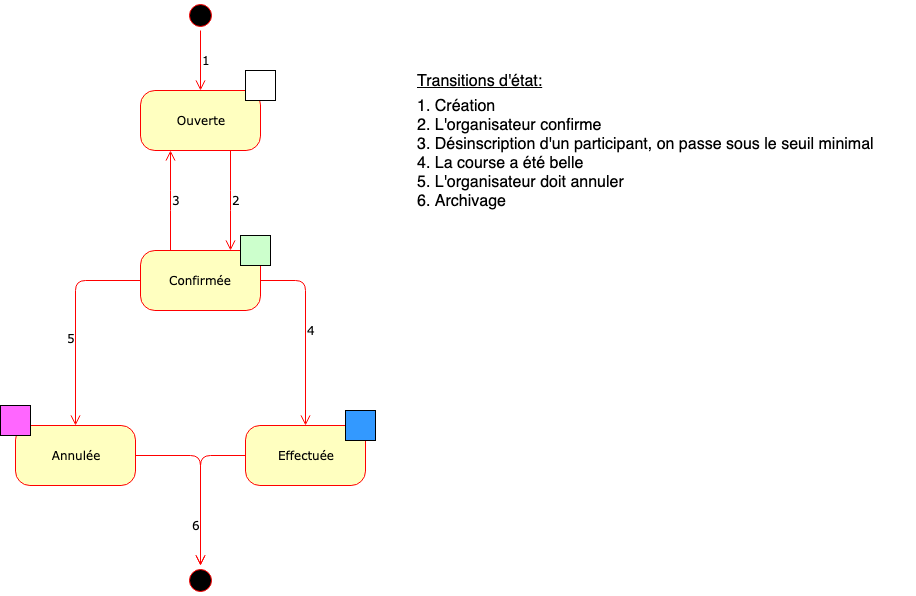
This is docs/technical/images/HikeStates.png from CPNV-ES/hixe, a draw.io export, as it was before one commit. Source tidied: cells renumbered, new cells last; positions are measured from the earlier drawing's top-left corner, leaving out a move shared by most shapes. Its diagram source:
```xml
<mxGraphModel background="#ffffff">
  <root>
    <mxCell id="0" />
    <mxCell id="1" parent="0" />
    <mxCell id="2" style="ellipse;html=1;shape=startState;fillColor=#000000;strokeColor=#ff0000;rounded=1;shadow=0;comic=0;labelBackgroundColor=none;fontFamily=Verdana;fontSize=12;fontColor=#000000;align=center;direction=south;" parent="1" vertex="1">
      <mxGeometry x="185" width="30" height="30" as="geometry" />
    </mxCell>
    <mxCell id="3" value="Ouverte" style="rounded=1;whiteSpace=wrap;html=1;arcSize=24;fillColor=#ffffc0;strokeColor=#ff0000;shadow=0;comic=0;labelBackgroundColor=none;fontFamily=Verdana;fontSize=12;fontColor=#000000;align=center;" parent="1" vertex="1">
      <mxGeometry x="140" y="90" width="120" height="60" as="geometry" />
    </mxCell>
    <mxCell id="4" value="1" style="edgeStyle=orthogonalEdgeStyle;html=1;labelBackgroundColor=none;endArrow=open;endSize=8;strokeColor=#ff0000;fontFamily=Verdana;fontSize=12;align=left;" parent="1" edge="1" source="2" target="3">
      <mxGeometry relative="1" as="geometry" />
    </mxCell>
    <mxCell id="5" value="2" style="edgeStyle=elbowEdgeStyle;html=1;labelBackgroundColor=none;endArrow=open;endSize=8;strokeColor=#ff0000;fontFamily=Verdana;fontSize=12;align=left;entryX=0.75;entryY=0;entryDx=0;entryDy=0;exitX=0.75;exitY=1;exitDx=0;exitDy=0;" parent="1" edge="1" source="3" target="16">
      <mxGeometry relative="1" as="geometry" />
    </mxCell>
    <mxCell id="6" value="4" style="edgeStyle=elbowEdgeStyle;html=1;labelBackgroundColor=none;endArrow=open;endSize=8;strokeColor=#ff0000;fontFamily=Verdana;fontSize=12;align=left;entryX=0.5;entryY=0;entryDx=0;entryDy=0;elbow=horizontal;" parent="1" edge="1" source="16" target="13">
      <mxGeometry relative="1" as="geometry">
        <Array as="points">
          <mxPoint x="305" y="350" />
        </Array>
      </mxGeometry>
    </mxCell>
    <mxCell id="7" value="6" style="edgeStyle=elbowEdgeStyle;html=1;labelBackgroundColor=none;endArrow=open;endSize=8;strokeColor=#ff0000;fontFamily=Verdana;fontSize=12;align=left;entryX=0;entryY=0.5;entryDx=0;entryDy=0;" parent="1" edge="1" source="13" target="18">
      <mxGeometry x="0.48" y="-10" relative="1" as="geometry">
        <Array as="points">
          <mxPoint x="200" y="520" />
          <mxPoint x="305" y="520" />
        </Array>
      </mxGeometry>
    </mxCell>
    <mxCell id="8" value="Transitions d'état:&lt;br style=&quot;font-size: 16px;&quot;&gt;" style="text;html=1;strokeColor=none;fillColor=none;align=left;verticalAlign=middle;whiteSpace=wrap;rounded=0;fontStyle=4;fontSize=16;" parent="1" vertex="1">
      <mxGeometry x="415" y="70" width="140" height="20" as="geometry" />
    </mxCell>
    <mxCell id="9" value="1. Création&lt;br&gt;2. L'organisateur confirme&lt;br&gt;3. Désinscription d'un participant, on passe sous le seuil minimal&lt;br&gt;4. La course a été belle&lt;br&gt;5. L'organisateur doit annuler&lt;br&gt;6. Archivage" style="text;html=1;strokeColor=none;fillColor=none;align=left;verticalAlign=top;whiteSpace=wrap;rounded=0;fontSize=16;" parent="1" vertex="1">
      <mxGeometry x="415" y="90" width="500" height="160" as="geometry" />
    </mxCell>
    <mxCell id="10" style="rounded=0;whiteSpace=wrap;html=1;" parent="1" vertex="1">
      <mxGeometry x="245" y="70" width="30" height="30" as="geometry" />
    </mxCell>
    <mxCell id="11" value="5" style="edgeStyle=elbowEdgeStyle;html=1;labelBackgroundColor=none;endArrow=open;endSize=8;strokeColor=#ff0000;fontFamily=Verdana;fontSize=12;align=left;exitX=0;exitY=0.5;exitDx=0;exitDy=0;entryX=0.5;entryY=0;entryDx=0;entryDy=0;" parent="1" edge="1" source="16" target="21">
      <mxGeometry x="0.17" y="-10" relative="1" as="geometry">
        <Array as="points">
          <mxPoint x="75" y="350" />
        </Array>
      </mxGeometry>
    </mxCell>
    <mxCell id="12" style="group;" parent="1" vertex="1">
      <mxGeometry x="245" y="410" width="130" height="75" as="geometry" />
    </mxCell>
    <mxCell id="13" value="Effectuée" style="rounded=1;whiteSpace=wrap;html=1;arcSize=24;fillColor=#ffffc0;strokeColor=#ff0000;shadow=0;comic=0;labelBackgroundColor=none;fontFamily=Verdana;fontSize=12;fontColor=#000000;align=center;" parent="12" vertex="1">
      <mxGeometry y="15" width="120" height="60" as="geometry" />
    </mxCell>
    <mxCell id="14" style="rounded=0;whiteSpace=wrap;html=1;fillColor=#3399FF;" parent="12" vertex="1">
      <mxGeometry x="100" width="30" height="30" as="geometry" />
    </mxCell>
    <mxCell id="15" style="group;" parent="1" vertex="1">
      <mxGeometry x="140" y="235" width="130" height="75" as="geometry" />
    </mxCell>
    <mxCell id="16" value="Confirmée" style="rounded=1;whiteSpace=wrap;html=1;arcSize=24;fillColor=#ffffc0;strokeColor=#ff0000;shadow=0;comic=0;labelBackgroundColor=none;fontFamily=Verdana;fontSize=12;fontColor=#000000;align=center;" parent="15" vertex="1">
      <mxGeometry y="15" width="120" height="60" as="geometry" />
    </mxCell>
    <mxCell id="17" style="rounded=0;whiteSpace=wrap;html=1;fillColor=#CCFFCC;" parent="15" vertex="1">
      <mxGeometry x="100" width="30" height="30" as="geometry" />
    </mxCell>
    <mxCell id="18" style="ellipse;html=1;shape=startState;fillColor=#000000;strokeColor=#ff0000;rounded=1;shadow=0;comic=0;labelBackgroundColor=none;fontFamily=Verdana;fontSize=12;fontColor=#000000;align=center;direction=south;" parent="1" vertex="1">
      <mxGeometry x="185" y="565" width="30" height="30" as="geometry" />
    </mxCell>
    <mxCell id="19" style="edgeStyle=elbowEdgeStyle;html=1;labelBackgroundColor=none;endArrow=open;endSize=8;strokeColor=#ff0000;fontFamily=Verdana;fontSize=12;align=left;exitX=1;exitY=0.5;exitDx=0;exitDy=0;entryX=0;entryY=0.5;entryDx=0;entryDy=0;" parent="1" edge="1" source="21" target="18">
      <mxGeometry x="-0.4" y="30" relative="1" as="geometry">
        <Array as="points">
          <mxPoint x="200" y="510" />
        </Array>
      </mxGeometry>
    </mxCell>
    <mxCell id="20" style="group;" parent="1" vertex="1">
      <mxGeometry y="405" width="135" height="80" as="geometry" />
    </mxCell>
    <mxCell id="21" value="Annulée" style="rounded=1;whiteSpace=wrap;html=1;arcSize=24;fillColor=#ffffc0;strokeColor=#ff0000;shadow=0;comic=0;labelBackgroundColor=none;fontFamily=Verdana;fontSize=12;fontColor=#000000;align=center;" parent="20" vertex="1">
      <mxGeometry x="15" y="20" width="120" height="60" as="geometry" />
    </mxCell>
    <mxCell id="22" style="rounded=0;whiteSpace=wrap;html=1;fillColor=#FF66FF;" parent="20" vertex="1">
      <mxGeometry width="30" height="30" as="geometry" />
    </mxCell>
    <mxCell id="23" value="3" style="edgeStyle=elbowEdgeStyle;html=1;labelBackgroundColor=none;endArrow=open;endSize=8;strokeColor=#ff0000;fontFamily=Verdana;fontSize=12;align=left;entryX=0.25;entryY=1;entryDx=0;entryDy=0;exitX=0.25;exitY=0;exitDx=0;exitDy=0;elbow=horizontal;" parent="1" edge="1" source="16" target="3">
      <mxGeometry relative="1" as="geometry" />
    </mxCell>
  </root>
</mxGraphModel>
```
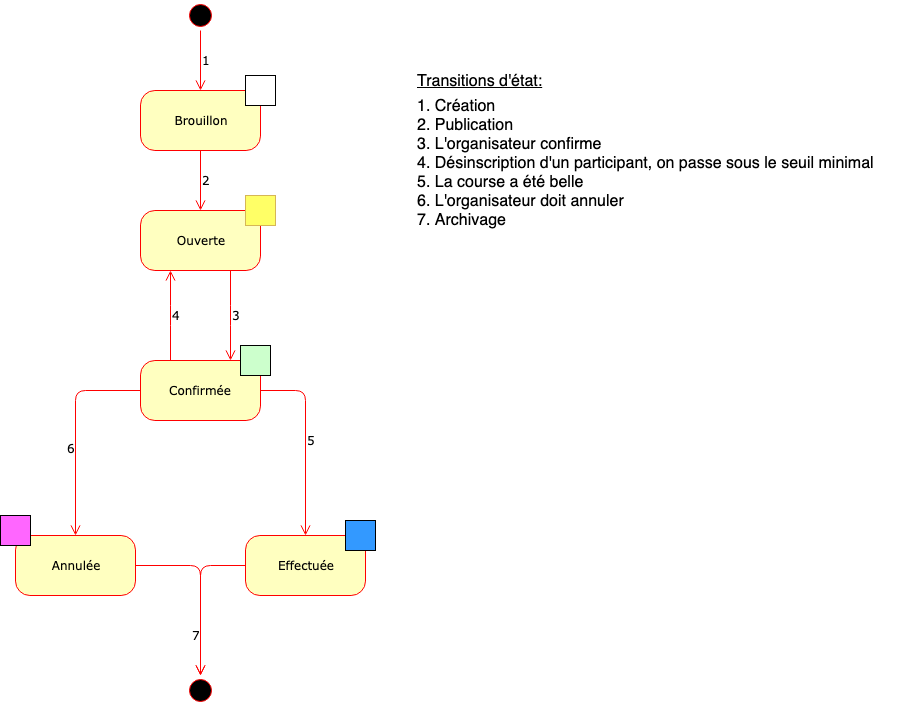
Later version of the same file.

Change to the diagram source:
```diff
@@ -3,25 +3,22 @@
     <mxCell id="0" />
     <mxCell id="1" parent="0" />
     <mxCell id="2" style="ellipse;html=1;shape=startState;fillColor=#000000;strokeColor=#ff0000;rounded=1;shadow=0;comic=0;labelBackgroundColor=none;fontFamily=Verdana;fontSize=12;fontColor=#000000;align=center;direction=south;" parent="1" vertex="1">
-      <mxGeometry x="185" width="30" height="30" as="geometry" />
+      <mxGeometry x="185" y="-110" width="30" height="30" as="geometry" />
     </mxCell>
-    <mxCell id="3" value="Ouverte" style="rounded=1;whiteSpace=wrap;html=1;arcSize=24;fillColor=#ffffc0;strokeColor=#ff0000;shadow=0;comic=0;labelBackgroundColor=none;fontFamily=Verdana;fontSize=12;fontColor=#000000;align=center;" parent="1" vertex="1">
-      <mxGeometry x="140" y="90" width="120" height="60" as="geometry" />
-    </mxCell>
-    <mxCell id="4" value="1" style="edgeStyle=orthogonalEdgeStyle;html=1;labelBackgroundColor=none;endArrow=open;endSize=8;strokeColor=#ff0000;fontFamily=Verdana;fontSize=12;align=left;" parent="1" edge="1" source="2" target="3">
+    <mxCell id="4" value="1" style="edgeStyle=orthogonalEdgeStyle;html=1;labelBackgroundColor=none;endArrow=open;endSize=8;strokeColor=#ff0000;fontFamily=Verdana;fontSize=12;align=left;entryX=0.5;entryY=0;entryDx=0;entryDy=0;" parent="1" edge="1" source="2" target="26">
       <mxGeometry relative="1" as="geometry" />
     </mxCell>
-    <mxCell id="5" value="2" style="edgeStyle=elbowEdgeStyle;html=1;labelBackgroundColor=none;endArrow=open;endSize=8;strokeColor=#ff0000;fontFamily=Verdana;fontSize=12;align=left;entryX=0.75;entryY=0;entryDx=0;entryDy=0;exitX=0.75;exitY=1;exitDx=0;exitDy=0;" parent="1" edge="1" source="3" target="16">
+    <mxCell id="5" value="3" style="edgeStyle=elbowEdgeStyle;html=1;labelBackgroundColor=none;endArrow=open;endSize=8;strokeColor=#ff0000;fontFamily=Verdana;fontSize=12;align=left;entryX=0.75;entryY=0;entryDx=0;entryDy=0;exitX=0.75;exitY=1;exitDx=0;exitDy=0;elbow=vertical;" parent="1" edge="1" source="3" target="16">
       <mxGeometry relative="1" as="geometry" />
     </mxCell>
-    <mxCell id="6" value="4" style="edgeStyle=elbowEdgeStyle;html=1;labelBackgroundColor=none;endArrow=open;endSize=8;strokeColor=#ff0000;fontFamily=Verdana;fontSize=12;align=left;entryX=0.5;entryY=0;entryDx=0;entryDy=0;elbow=horizontal;" parent="1" edge="1" source="16" target="13">
+    <mxCell id="6" value="5" style="edgeStyle=elbowEdgeStyle;html=1;labelBackgroundColor=none;endArrow=open;endSize=8;strokeColor=#ff0000;fontFamily=Verdana;fontSize=12;align=left;entryX=0.5;entryY=0;entryDx=0;entryDy=0;elbow=horizontal;" parent="1" edge="1" source="16" target="13">
       <mxGeometry relative="1" as="geometry">
         <Array as="points">
           <mxPoint x="305" y="350" />
         </Array>
       </mxGeometry>
     </mxCell>
-    <mxCell id="7" value="6" style="edgeStyle=elbowEdgeStyle;html=1;labelBackgroundColor=none;endArrow=open;endSize=8;strokeColor=#ff0000;fontFamily=Verdana;fontSize=12;align=left;entryX=0;entryY=0.5;entryDx=0;entryDy=0;" parent="1" edge="1" source="13" target="18">
+    <mxCell id="7" value="7" style="edgeStyle=elbowEdgeStyle;html=1;labelBackgroundColor=none;endArrow=open;endSize=8;strokeColor=#ff0000;fontFamily=Verdana;fontSize=12;align=left;entryX=0;entryY=0.5;entryDx=0;entryDy=0;" parent="1" edge="1" source="13" target="18">
       <mxGeometry x="0.48" y="-10" relative="1" as="geometry">
         <Array as="points">
           <mxPoint x="200" y="520" />
@@ -30,15 +27,12 @@
       </mxGeometry>
     </mxCell>
     <mxCell id="8" value="Transitions d'état:&lt;br style=&quot;font-size: 16px;&quot;&gt;" style="text;html=1;strokeColor=none;fillColor=none;align=left;verticalAlign=middle;whiteSpace=wrap;rounded=0;fontStyle=4;fontSize=16;" parent="1" vertex="1">
-      <mxGeometry x="415" y="70" width="140" height="20" as="geometry" />
+      <mxGeometry x="415" y="-40" width="140" height="20" as="geometry" />
     </mxCell>
-    <mxCell id="9" value="1. Création&lt;br&gt;2. L'organisateur confirme&lt;br&gt;3. Désinscription d'un participant, on passe sous le seuil minimal&lt;br&gt;4. La course a été belle&lt;br&gt;5. L'organisateur doit annuler&lt;br&gt;6. Archivage" style="text;html=1;strokeColor=none;fillColor=none;align=left;verticalAlign=top;whiteSpace=wrap;rounded=0;fontSize=16;" parent="1" vertex="1">
-      <mxGeometry x="415" y="90" width="500" height="160" as="geometry" />
+    <mxCell id="9" value="1. Création&lt;br&gt;2. Publication&lt;br&gt;3. L'organisateur confirme&lt;br&gt;4. Désinscription d'un participant, on passe sous le seuil minimal&lt;br&gt;5. La course a été belle&lt;br&gt;6. L'organisateur doit annuler&lt;br&gt;7. Archivage" style="text;html=1;strokeColor=none;fillColor=none;align=left;verticalAlign=top;whiteSpace=wrap;rounded=0;fontSize=16;" parent="1" vertex="1">
+      <mxGeometry x="415" y="-20" width="500" height="160" as="geometry" />
     </mxCell>
-    <mxCell id="10" style="rounded=0;whiteSpace=wrap;html=1;" parent="1" vertex="1">
-      <mxGeometry x="245" y="70" width="30" height="30" as="geometry" />
-    </mxCell>
-    <mxCell id="11" value="5" style="edgeStyle=elbowEdgeStyle;html=1;labelBackgroundColor=none;endArrow=open;endSize=8;strokeColor=#ff0000;fontFamily=Verdana;fontSize=12;align=left;exitX=0;exitY=0.5;exitDx=0;exitDy=0;entryX=0.5;entryY=0;entryDx=0;entryDy=0;" parent="1" edge="1" source="16" target="21">
+    <mxCell id="11" value="6" style="edgeStyle=elbowEdgeStyle;html=1;labelBackgroundColor=none;endArrow=open;endSize=8;strokeColor=#ff0000;fontFamily=Verdana;fontSize=12;align=left;exitX=0;exitY=0.5;exitDx=0;exitDy=0;entryX=0.5;entryY=0;entryDx=0;entryDy=0;" parent="1" edge="1" source="16" target="21">
       <mxGeometry x="0.17" y="-10" relative="1" as="geometry">
         <Array as="points">
           <mxPoint x="75" y="350" />
@@ -82,8 +76,29 @@
     <mxCell id="22" style="rounded=0;whiteSpace=wrap;html=1;fillColor=#FF66FF;" parent="20" vertex="1">
       <mxGeometry width="30" height="30" as="geometry" />
     </mxCell>
-    <mxCell id="23" value="3" style="edgeStyle=elbowEdgeStyle;html=1;labelBackgroundColor=none;endArrow=open;endSize=8;strokeColor=#ff0000;fontFamily=Verdana;fontSize=12;align=left;entryX=0.25;entryY=1;entryDx=0;entryDy=0;exitX=0.25;exitY=0;exitDx=0;exitDy=0;elbow=horizontal;" parent="1" edge="1" source="16" target="3">
+    <mxCell id="23" value="4" style="edgeStyle=elbowEdgeStyle;html=1;labelBackgroundColor=none;endArrow=open;endSize=8;strokeColor=#ff0000;fontFamily=Verdana;fontSize=12;align=left;entryX=0.25;entryY=1;entryDx=0;entryDy=0;exitX=0.25;exitY=0;exitDx=0;exitDy=0;elbow=horizontal;" parent="1" edge="1" source="16" target="3">
       <mxGeometry relative="1" as="geometry" />
     </mxCell>
+    <mxCell id="24" style="group;" parent="1" vertex="1">
+      <mxGeometry x="140" y="85" width="135" height="75" as="geometry" />
+    </mxCell>
+    <mxCell id="3" value="Ouverte" style="rounded=1;whiteSpace=wrap;html=1;arcSize=24;fillColor=#ffffc0;strokeColor=#ff0000;shadow=0;comic=0;labelBackgroundColor=none;fontFamily=Verdana;fontSize=12;fontColor=#000000;align=center;" parent="24" vertex="1">
+      <mxGeometry y="15" width="120" height="60" as="geometry" />
+    </mxCell>
+    <mxCell id="10" style="rounded=0;whiteSpace=wrap;html=1;fillColor=#FFFF66;strokeColor=#d6b656;" parent="24" vertex="1">
+      <mxGeometry x="105" width="30" height="30" as="geometry" />
+    </mxCell>
+    <mxCell id="25" style="group;" parent="1" vertex="1">
+      <mxGeometry x="140" y="-35" width="135" height="75" as="geometry" />
+    </mxCell>
+    <mxCell id="26" value="Brouillon" style="rounded=1;whiteSpace=wrap;html=1;arcSize=24;fillColor=#ffffc0;strokeColor=#ff0000;shadow=0;comic=0;labelBackgroundColor=none;fontFamily=Verdana;fontSize=12;fontColor=#000000;align=center;" parent="25" vertex="1">
+      <mxGeometry y="15" width="120" height="60" as="geometry" />
+    </mxCell>
+    <mxCell id="27" style="rounded=0;whiteSpace=wrap;html=1;" parent="25" vertex="1">
+      <mxGeometry x="105" width="30" height="30" as="geometry" />
+    </mxCell>
+    <mxCell id="28" value="2" style="edgeStyle=orthogonalEdgeStyle;html=1;labelBackgroundColor=none;endArrow=open;endSize=8;strokeColor=#ff0000;fontFamily=Verdana;fontSize=12;align=left;entryX=0.5;entryY=0;entryDx=0;entryDy=0;exitX=0.5;exitY=1;exitDx=0;exitDy=0;" parent="1" edge="1" source="26" target="3">
+      <mxGeometry relative="1" as="geometry" />
+    </mxCell>
   </root>
 </mxGraphModel>
```
